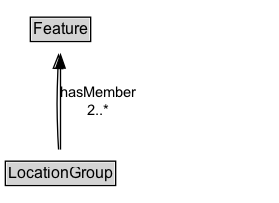
The Graphviz diagram docs/diagrams/LocationGroup.dot.png in ISO-TC204/ontology-its-location-v1, before a commit. Its source is kept beside it as docs/diagrams/LocationGroup.dot. The source it was exported from:
```dot
digraph {
	graph [overlap=false rankdir=TB splines=true]
	node [fontname=Arial fontsize=12 margin=0 shape=none]
	edge [fontname=Arial fontsize=11]
	{
		rank=source
		Feature [label=<<TABLE BORDER="1" CELLBORDER="0" CELLSPACING="0" CELLPADDING="1"><TR><TD BGCOLOR="lightgray" ALIGN="CENTER">Feature</TD></TR></TABLE>> URL="../Feature" margin=0]
	}
	LocationGroup [label=<<TABLE BORDER="1" CELLBORDER="0" CELLSPACING="0" CELLPADDING="1"><TR><TD BGCOLOR="lightgray" ALIGN="CENTER">LocationGroup</TD></TR></TABLE>> URL="../LocationGroup" margin=0]
	{
		rank=max
	}
	subgraph cluster_associated {
		label="" style=invis
		Invis [label=<<TABLE BORDER="0" CELLBORDER="0" CELLSPACING="0" CELLPADDING="1"><TR><TD></TD></TR></TABLE>> margin=0 style=invis]
	}
	LocationGroup -> Feature [arrowhead=onormal style=solid]
	Feature [label=<<TABLE BORDER="1" CELLBORDER="0" CELLSPACING="0" CELLPADDING="1"><TR><TD BGCOLOR="lightgray" ALIGN="CENTER">Feature</TD></TR></TABLE>> URL="../Feature" margin=0]
	LocationGroup -> Feature [label="hasMember
2..*" arrowhead=normal style=solid]
}
```
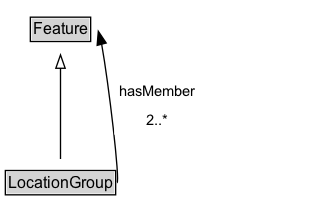
Above is the later version.

What changed in the source:
```diff
@@ -16,6 +16,5 @@
 	}
 	LocationGroup -> Feature [arrowhead=onormal style=solid]
 	Feature [label=<<TABLE BORDER="1" CELLBORDER="0" CELLSPACING="0" CELLPADDING="1"><TR><TD BGCOLOR="lightgray" ALIGN="CENTER">Feature</TD></TR></TABLE>> URL="../Feature" margin=0]
-	LocationGroup -> Feature [label="hasMember
-2..*" arrowhead=normal style=solid]
+	LocationGroup:e -> Feature:e [label=<<TABLE BORDER="0" CELLBORDER="0" CELLSPACING="0" CELLPADDING="4" BGCOLOR="white"><TR><TD ALIGN="CENTER">hasMember</TD></TR><TR><TD ALIGN="CENTER">2..*</TD></TR></TABLE>> arrowhead=normal constraint=false style=solid]
 }
```
